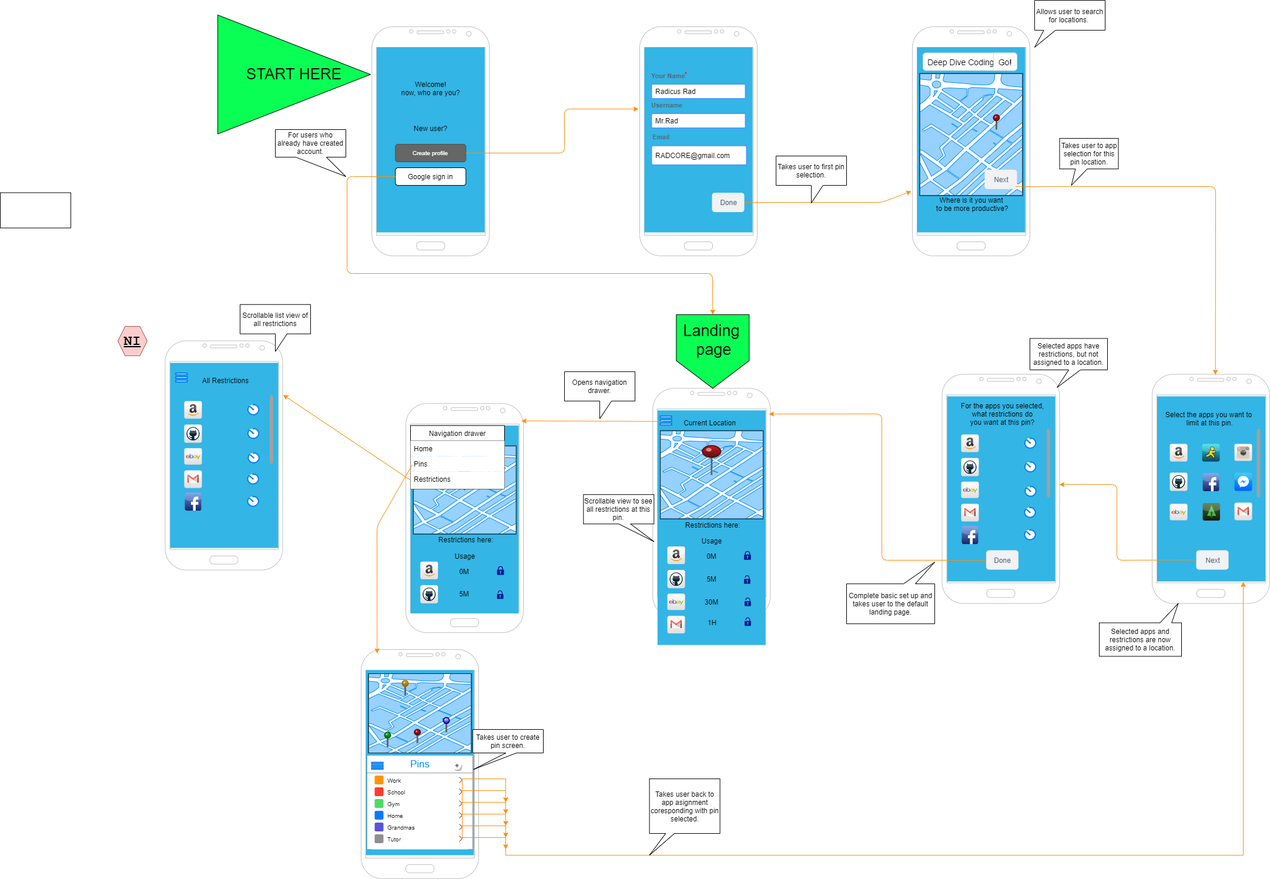
This is docs/wireframe.png from TraceDecker/the-watcher, a draw.io export, as it was before one commit. Source tidied: cells renumbered, new cells last; positions are measured from the earlier drawing's top-left corner, leaving out a move shared by most shapes.
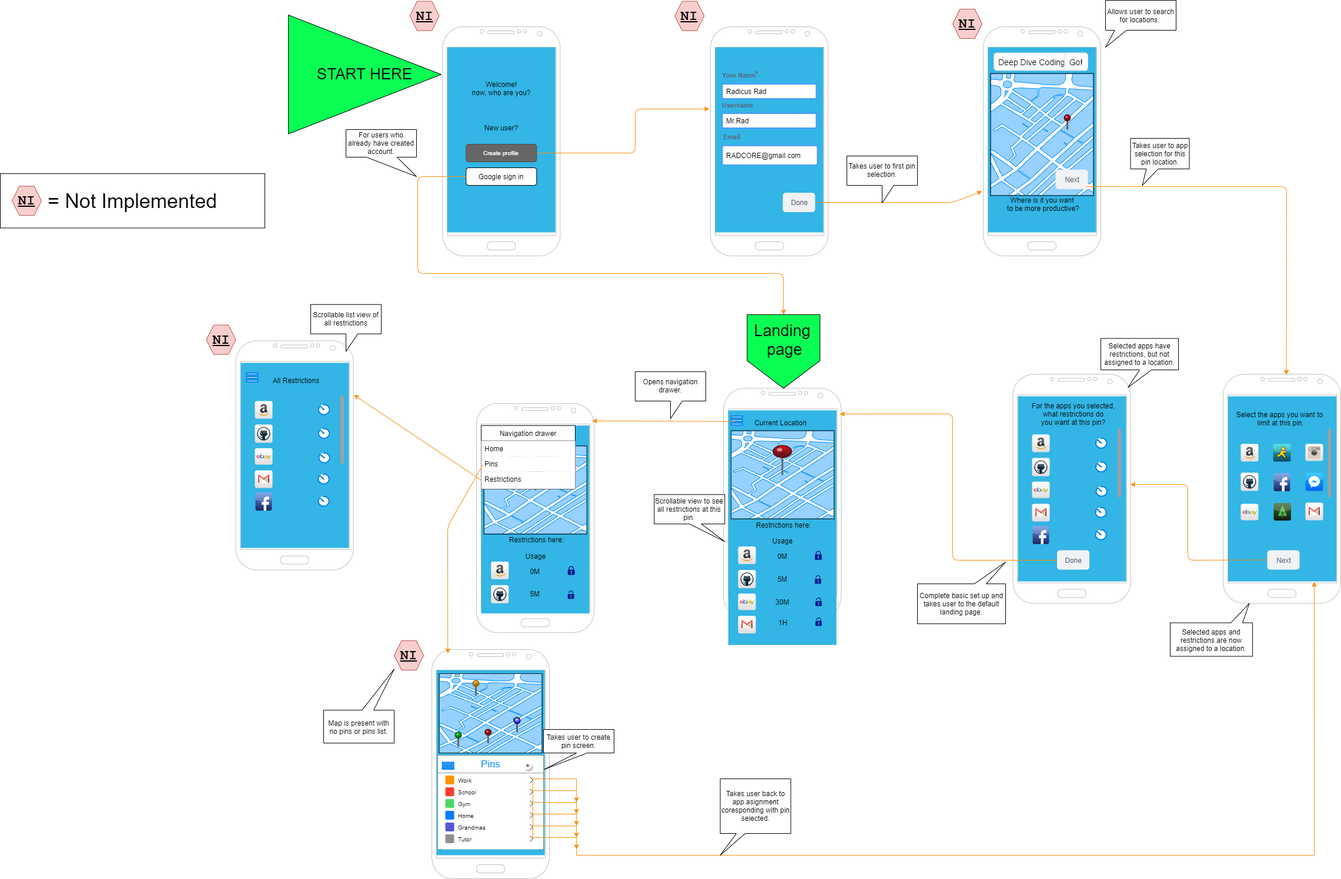
Later version of the same file.

Change to the diagram source:
```diff
@@ -620,11 +620,29 @@
     <mxCell id="170" value="Opens navigation drawer." style="shape=callout;whiteSpace=wrap;html=1;perimeter=calloutPerimeter;fillColor=#ffffff;" parent="1" vertex="1">
       <mxGeometry x="960" y="632.1" width="120" height="80" as="geometry" />
     </mxCell>
+    <mxCell id="172" value="&lt;font style=&quot;font-size: 34px&quot;&gt;= Not Implemented&lt;/font&gt;" style="rounded=0;whiteSpace=wrap;html=1;" parent="1" vertex="1">
+      <mxGeometry x="-120" y="295" width="450" height="92.5" as="geometry" />
+    </mxCell>
     <mxCell id="171" value="&lt;pre&gt;&lt;b&gt;&lt;u&gt;&lt;font style=&quot;font-size: 24px&quot;&gt;NI&lt;/font&gt;&lt;/u&gt;&lt;/b&gt;&lt;/pre&gt;" style="shape=hexagon;perimeter=hexagonPerimeter2;whiteSpace=wrap;html=1;fillColor=#f8cecc;strokeColor=#b85450;" parent="1" vertex="1">
-      <mxGeometry x="200" y="555" width="50" height="50" as="geometry" />
+      <mxGeometry x="-100" y="316.2" width="50" height="50" as="geometry" />
     </mxCell>
-    <mxCell id="172" style="rounded=0;whiteSpace=wrap;html=1;" parent="1" vertex="1">
-      <mxGeometry y="327.5" width="120" height="60" as="geometry" />
-    </mxCell>
+    <mxCell id="173" value="&lt;pre&gt;&lt;b&gt;&lt;u&gt;&lt;font style=&quot;font-size: 24px&quot;&gt;NI&lt;/font&gt;&lt;/u&gt;&lt;/b&gt;&lt;/pre&gt;" style="shape=hexagon;perimeter=hexagonPerimeter2;whiteSpace=wrap;html=1;fillColor=#f8cecc;strokeColor=#b85450;" parent="1" vertex="1">
+      <mxGeometry x="230.5" y="552.7" width="50" height="50" as="geometry" />
+    </mxCell>
+    <mxCell id="174" value="&lt;pre&gt;&lt;b&gt;&lt;u&gt;&lt;font style=&quot;font-size: 24px&quot;&gt;NI&lt;/font&gt;&lt;/u&gt;&lt;/b&gt;&lt;/pre&gt;" style="shape=hexagon;perimeter=hexagonPerimeter2;whiteSpace=wrap;html=1;fillColor=#f8cecc;strokeColor=#b85450;" parent="1" vertex="1">
+      <mxGeometry x="1500" y="15" width="50" height="50" as="geometry" />
+    </mxCell>
+    <mxCell id="175" value="&lt;pre&gt;&lt;b&gt;&lt;u&gt;&lt;font style=&quot;font-size: 24px&quot;&gt;NI&lt;/font&gt;&lt;/u&gt;&lt;/b&gt;&lt;/pre&gt;" style="shape=hexagon;perimeter=hexagonPerimeter2;whiteSpace=wrap;html=1;fillColor=#f8cecc;strokeColor=#b85450;" parent="1" vertex="1">
+      <mxGeometry x="550" y="1090" width="50" height="50" as="geometry" />
+    </mxCell>
+    <mxCell id="176" value="&lt;pre&gt;&lt;b&gt;&lt;u&gt;&lt;font style=&quot;font-size: 24px&quot;&gt;NI&lt;/font&gt;&lt;/u&gt;&lt;/b&gt;&lt;/pre&gt;" style="shape=hexagon;perimeter=hexagonPerimeter2;whiteSpace=wrap;html=1;fillColor=#f8cecc;strokeColor=#b85450;" parent="1" vertex="1">
+      <mxGeometry x="576.5" y="1.6" width="50" height="50" as="geometry" />
+    </mxCell>
+    <mxCell id="177" value="&lt;pre&gt;&lt;b&gt;&lt;u&gt;&lt;font style=&quot;font-size: 24px&quot;&gt;NI&lt;/font&gt;&lt;/u&gt;&lt;/b&gt;&lt;/pre&gt;" style="shape=hexagon;perimeter=hexagonPerimeter2;whiteSpace=wrap;html=1;fillColor=#f8cecc;strokeColor=#b85450;" parent="1" vertex="1">
+      <mxGeometry x="1027.3" y="1.6" width="50" height="50" as="geometry" />
+    </mxCell>
+    <mxCell id="178" value="Map is present with no pins or pins list." style="shape=callout;whiteSpace=wrap;html=1;perimeter=calloutPerimeter;direction=west;size=70;position=0.29;position2=0;" parent="1" vertex="1">
+      <mxGeometry x="430" y="1138.2" width="120" height="126" as="geometry" />
+    </mxCell>
   </root>
 </mxGraphModel>
```
